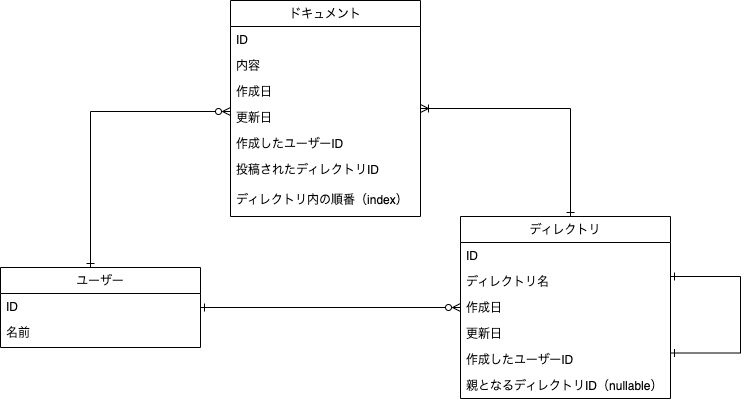
Earlier version of the draw.io export db/db-modeling-3/DB3 Diagram task2.drawio.png (yuikoito/PrAhaChallenge). Source tidied: cells renumbered, new cells last; positions are measured from the earlier drawing's top-left corner, leaving out a move shared by most shapes.
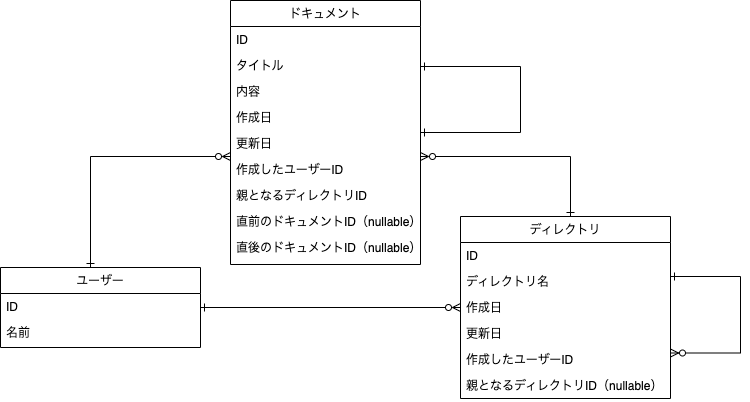
After the change.

What changed in the source:
```diff
@@ -8,7 +8,7 @@
     <mxCell id="3" style="edgeStyle=orthogonalEdgeStyle;rounded=0;jettySize=auto;html=1;startArrow=ERone;startFill=0;endArrow=ERzeroToMany;endFill=0;" parent="1" edge="1" source="4" target="8">
       <mxGeometry relative="1" as="geometry">
         <Array as="points">
-          <mxPoint x="90" y="111" />
+          <mxPoint x="90" y="156" />
         </Array>
       </mxGeometry>
     </mxCell>
@@ -21,36 +21,42 @@
     <mxCell id="6" value="名前" style="text;align=left;verticalAlign=top;spacingLeft=4;spacingRight=4;overflow=hidden;rounded=0;shadow=0;html=0;" parent="4" vertex="1">
       <mxGeometry y="52" width="200" height="26" as="geometry" />
     </mxCell>
-    <mxCell id="7" style="edgeStyle=orthogonalEdgeStyle;rounded=0;jettySize=auto;html=1;startArrow=ERoneToMany;startFill=0;endArrow=ERone;endFill=0;" parent="1" edge="1" source="8" target="16">
+    <mxCell id="7" style="edgeStyle=orthogonalEdgeStyle;rounded=0;jettySize=auto;html=1;startArrow=ERzeroToMany;startFill=0;endArrow=ERone;endFill=0;" parent="1" edge="1" source="8" target="16">
       <mxGeometry relative="1" as="geometry">
         <Array as="points">
-          <mxPoint x="570" y="108" />
+          <mxPoint x="570" y="156" />
         </Array>
       </mxGeometry>
     </mxCell>
     <mxCell id="8" value="ドキュメント" style="swimlane;fontStyle=0;align=center;verticalAlign=top;horizontal=1;startSize=26;rounded=0;shadow=0;strokeWidth=1;" parent="1" vertex="1">
-      <mxGeometry x="230" width="190" height="216" as="geometry" />
+      <mxGeometry x="230" width="190" height="264" as="geometry" />
     </mxCell>
+    <mxCell id="24" value="ID" style="text;align=left;verticalAlign=top;spacingLeft=4;spacingRight=4;overflow=hidden;" parent="8" vertex="1">
+      <mxGeometry y="26" width="190" height="26" as="geometry" />
+    </mxCell>
-    <mxCell id="9" value="ID" style="text;align=left;verticalAlign=top;spacingLeft=4;spacingRight=4;overflow=hidden;" parent="8" vertex="1">
-      <mxGeometry y="26" width="190" height="26" as="geometry" />
+    <mxCell id="9" value="タイトル" style="text;align=left;verticalAlign=top;spacingLeft=4;spacingRight=4;overflow=hidden;" parent="8" vertex="1">
+      <mxGeometry y="52" width="190" height="26" as="geometry" />
     </mxCell>
     <mxCell id="10" value="内容" style="text;align=left;verticalAlign=top;spacingLeft=4;spacingRight=4;overflow=hidden;" parent="8" vertex="1">
-      <mxGeometry y="52" width="190" height="26" as="geometry" />
+      <mxGeometry y="78" width="190" height="26" as="geometry" />
     </mxCell>
     <mxCell id="11" value="作成日" style="text;align=left;verticalAlign=top;spacingLeft=4;spacingRight=4;overflow=hidden;rounded=0;shadow=0;html=0;" parent="8" vertex="1">
-      <mxGeometry y="78" width="190" height="26" as="geometry" />
+      <mxGeometry y="104" width="190" height="26" as="geometry" />
     </mxCell>
     <mxCell id="12" value="更新日&#10;" style="text;align=left;verticalAlign=top;spacingLeft=4;spacingRight=4;overflow=hidden;rounded=0;shadow=0;html=0;" parent="8" vertex="1">
-      <mxGeometry y="104" width="190" height="26" as="geometry" />
+      <mxGeometry y="130" width="190" height="26" as="geometry" />
     </mxCell>
     <mxCell id="13" value="作成したユーザーID" style="text;align=left;verticalAlign=top;spacingLeft=4;spacingRight=4;overflow=hidden;" parent="8" vertex="1">
-      <mxGeometry y="130" width="190" height="26" as="geometry" />
+      <mxGeometry y="156" width="190" height="26" as="geometry" />
     </mxCell>
-    <mxCell id="14" value="投稿されたディレクトリID" style="text;align=left;verticalAlign=top;spacingLeft=4;spacingRight=4;overflow=hidden;" parent="8" vertex="1">
-      <mxGeometry y="156" width="190" height="30" as="geometry" />
-    </mxCell>
+    <mxCell id="25" value="親となるディレクトリID" style="text;align=left;verticalAlign=top;spacingLeft=4;spacingRight=4;overflow=hidden;" parent="8" vertex="1">
+      <mxGeometry y="182" width="190" height="26" as="geometry" />
+    </mxCell>
+    <mxCell id="26" value="直前のドキュメントID（nullable）" style="text;align=left;verticalAlign=top;spacingLeft=4;spacingRight=4;overflow=hidden;" parent="8" vertex="1">
+      <mxGeometry y="208" width="190" height="26" as="geometry" />
+    </mxCell>
-    <mxCell id="15" value="ディレクトリ内の順番（index）" style="text;align=left;verticalAlign=top;spacingLeft=4;spacingRight=4;overflow=hidden;" parent="8" vertex="1">
-      <mxGeometry y="186" width="190" height="30" as="geometry" />
+    <mxCell id="15" value="直後のドキュメントID（nullable）" style="text;align=left;verticalAlign=top;spacingLeft=4;spacingRight=4;overflow=hidden;" parent="8" vertex="1">
+      <mxGeometry y="234" width="190" height="30" as="geometry" />
     </mxCell>
     <mxCell id="16" value="ディレクトリ" style="swimlane;fontStyle=0;align=center;verticalAlign=top;horizontal=1;startSize=26;rounded=0;shadow=0;strokeWidth=1;" parent="1" vertex="1">
       <mxGeometry x="460" y="216" width="210" height="182" as="geometry" />
@@ -73,7 +79,7 @@
     <mxCell id="22" value="親となるディレクトリID（nullable）" style="text;align=left;verticalAlign=top;spacingLeft=4;spacingRight=4;overflow=hidden;" parent="16" vertex="1">
       <mxGeometry y="156" width="210" height="26" as="geometry" />
     </mxCell>
-    <mxCell id="23" style="edgeStyle=orthogonalEdgeStyle;rounded=0;orthogonalLoop=1;jettySize=auto;html=1;entryX=1;entryY=0.75;entryDx=0;entryDy=0;startArrow=ERone;startFill=0;endArrow=ERone;endFill=0;" parent="1" edge="1" source="16" target="16">
+    <mxCell id="23" style="edgeStyle=orthogonalEdgeStyle;rounded=0;orthogonalLoop=1;jettySize=auto;html=1;entryX=1;entryY=0.75;entryDx=0;entryDy=0;startArrow=ERone;startFill=0;endArrow=ERzeroToMany;endFill=0;" parent="1" edge="1" source="16" target="16">
       <mxGeometry relative="1" as="geometry">
         <Array as="points">
           <mxPoint x="740" y="276" />
@@ -81,5 +87,13 @@
         </Array>
       </mxGeometry>
     </mxCell>
+    <mxCell id="27" style="edgeStyle=orthogonalEdgeStyle;rounded=0;orthogonalLoop=1;jettySize=auto;html=1;entryX=1;entryY=0.25;entryDx=0;entryDy=0;startArrow=ERone;startFill=0;endArrow=ERone;endFill=0;" parent="1" edge="1" source="8" target="8">
+      <mxGeometry relative="1" as="geometry">
+        <Array as="points">
+          <mxPoint x="520" y="132" />
+          <mxPoint x="520" y="66" />
+        </Array>
+      </mxGeometry>
+    </mxCell>
   </root>
 </mxGraphModel>
```
